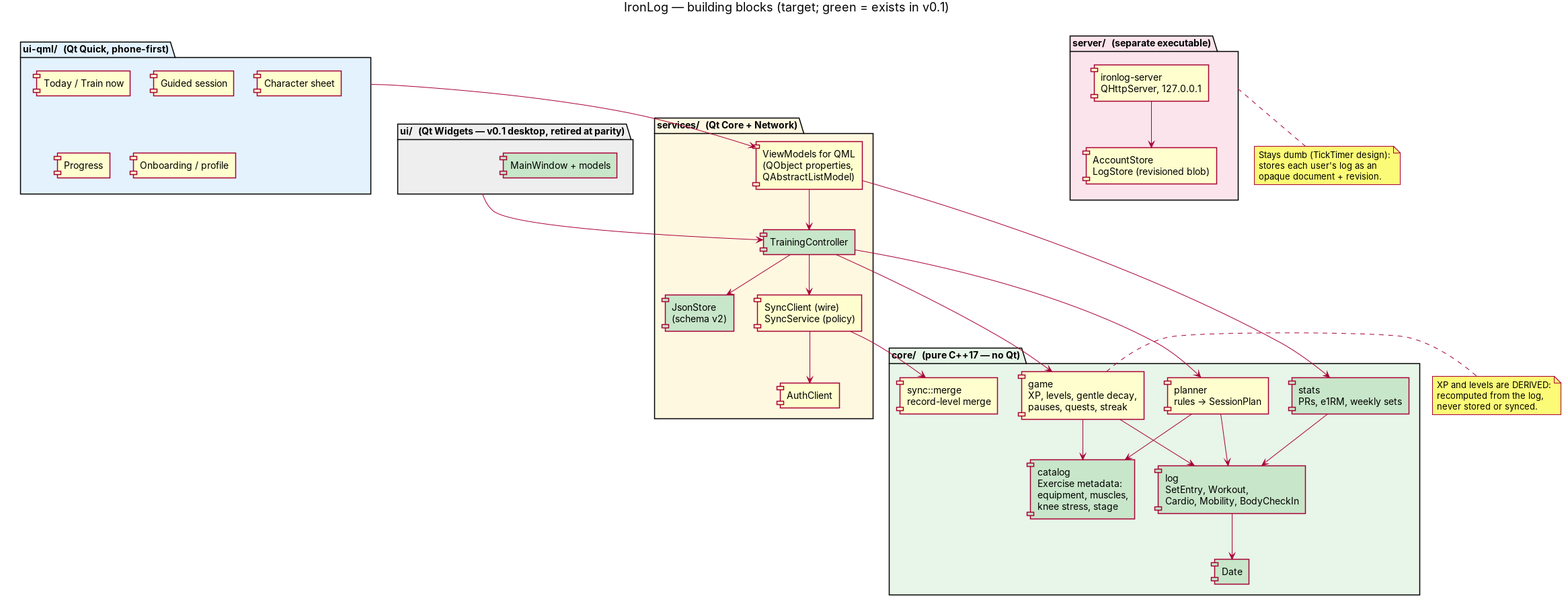
This is diagrams/rendered/building_blocks.png from LovedArie/IronLog, a PlantUML export, as it was before one commit. Its source is kept beside it as diagrams/building_blocks.puml.
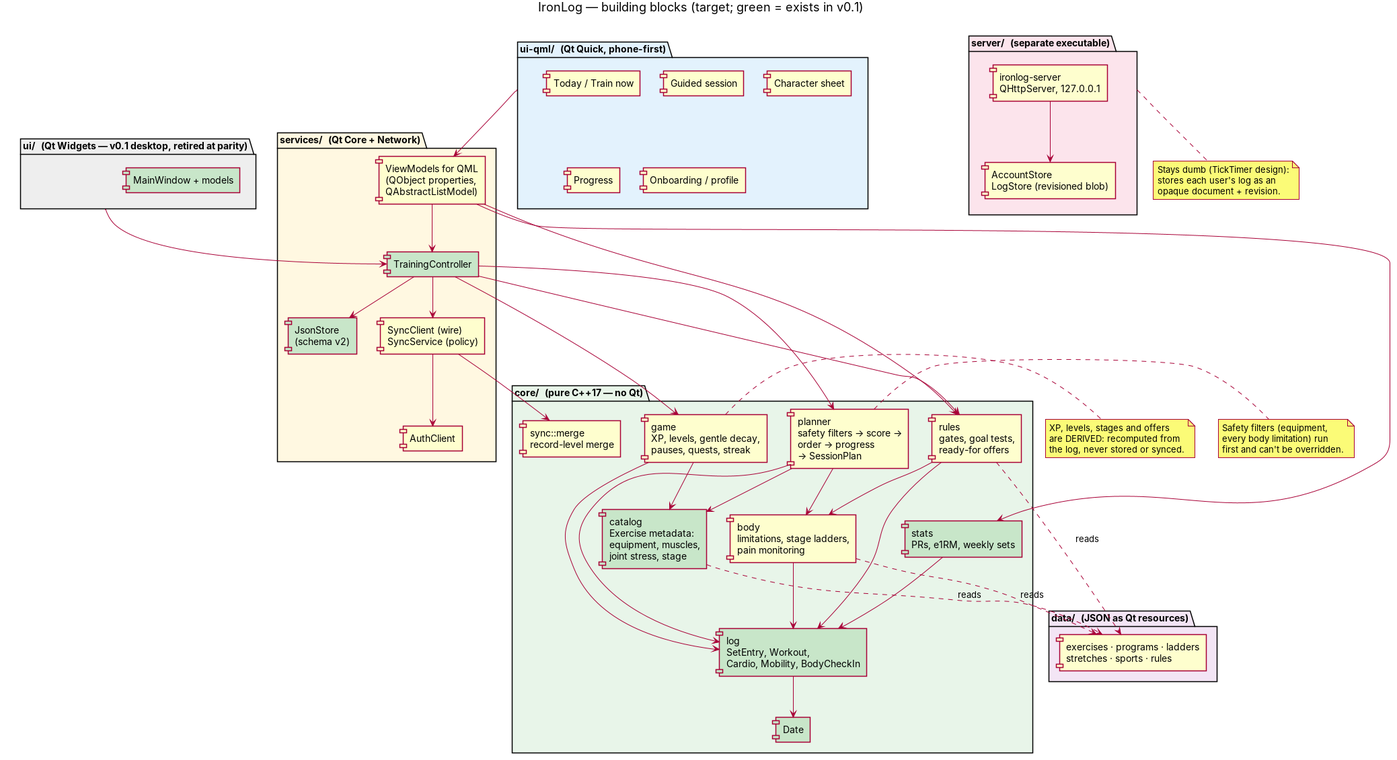
The same diagram one commit later.

Change to the diagram source:
```diff
@@ -29,12 +29,18 @@
 
 package "core/   (pure C++17 — no Qt)" as CORE #E8F5E9 {
   component "log\nSetEntry, Workout,\nCardio, Mobility, BodyCheckIn" as LOG #C8E6C9
-  component "catalog\nExercise metadata:\nequipment, muscles,\nknee stress, stage" as CAT #C8E6C9
+  component "catalog\nExercise metadata:\nequipment, muscles,\njoint stress, stage" as CAT #C8E6C9
+  component "body\nlimitations, stage ladders,\npain monitoring" as BODY
   component "stats\nPRs, e1RM, weekly sets" as ST #C8E6C9
-  component "planner\nrules → SessionPlan" as PL
+  component "planner\nsafety filters → score →\norder → progress\n→ SessionPlan" as PL
+  component "rules\ngates, goal tests,\nready-for offers" as RU
   component "game\nXP, levels, gentle decay,\npauses, quests, streak" as GM
   component "sync::merge\nrecord-level merge" as MG
   component "Date" as DT #C8E6C9
+}
+
+package "data/   (JSON as Qt resources)" as DATA #F3E5F5 {
+  component "exercises · programs · ladders\nstretches · sports · rules" as DF
 }
 
 package "server/   (separate executable)" as SERVER #FCE4EC {
@@ -54,6 +60,15 @@
 VM --> ST
 PL --> CAT
 PL --> LOG
+PL --> BODY
+TC --> RU
+VM --> RU
+RU --> LOG
+RU --> BODY
+BODY --> LOG
+CAT ..> DF : reads
+BODY ..> DF : reads
+RU ..> DF : reads
 GM --> LOG
 GM --> CAT
 ST --> LOG
@@ -61,9 +76,15 @@
 HS --> SS
 
 note right of GM
-  XP and levels are DERIVED:
-  recomputed from the log,
-  never stored or synced.
+  XP, levels, stages and offers
+  are DERIVED: recomputed from
+  the log, never stored or synced.
+end note
+
+note right of PL
+  Safety filters (equipment,
+  every body limitation) run
+  first and can't be overridden.
 end note
 
 note bottom of SERVER
```
